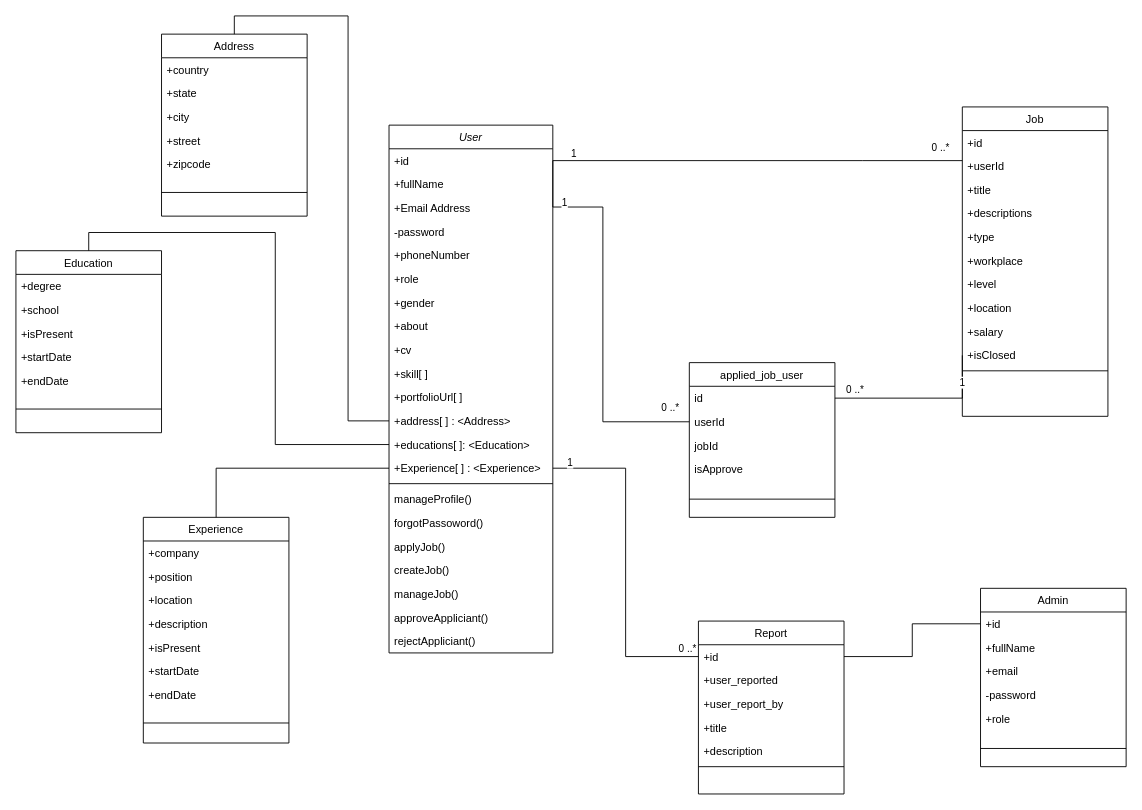
Above: classDiagram.drawio in osenbal/ar.gent-uml (draw.io), before the change. Source tidied: cells renumbered, new cells numbered last; positions are measured from the earlier drawing's top-left corner, leaving out a move shared by most shapes. Both pictures are drawn from the tidied source at 91%, with x=0, y=0 at pixel (15, 34).
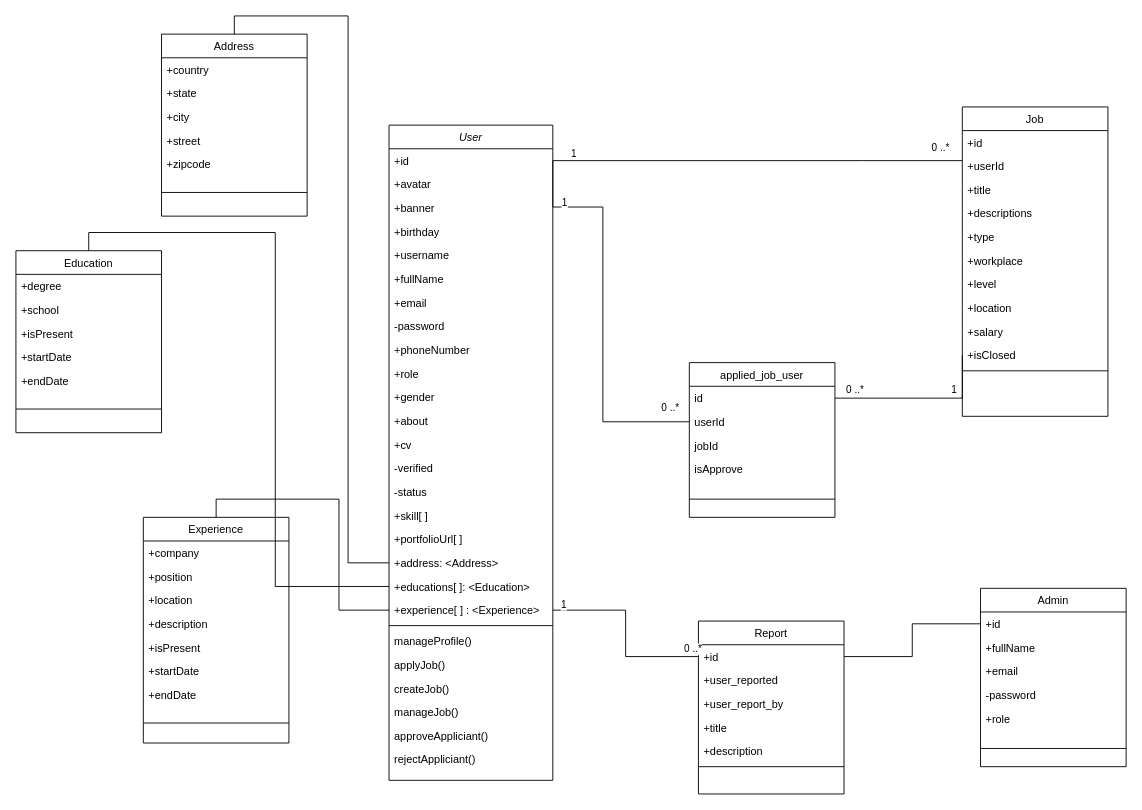
The same page after the edit.

The change refers to these unchanged cells:
```xml
<mxCell id="82" style="edgeStyle=orthogonalEdgeStyle;rounded=0;jettySize=auto;html=1;exitX=0;exitY=0.5;exitDx=0;exitDy=0;entryX=1;entryY=0.5;entryDx=0;entryDy=0;endArrow=none;endFill=0;" parent="1" edge="1" source="41" target="26">
  <mxGeometry relative="1" as="geometry">
    <Array as="points">
      <mxPoint x="1040" y="400" />
    </Array>
  </mxGeometry>
</mxCell>
```

Change to the diagram source:
```diff
@@
     <mxCell id="2" value="User" style="swimlane;fontStyle=2;align=center;verticalAlign=top;horizontal=1;startSize=26;rounded=0;shadow=0;strokeWidth=1;" parent="1" vertex="1">
-      <mxGeometry x="410" y="100" width="180" height="580" as="geometry" />
+      <mxGeometry x="410" y="100" width="180" height="720" as="geometry" />
     </mxCell>
@@
+    <mxCell id="96" value="+avatar" style="text;align=left;verticalAlign=top;spacingLeft=4;spacingRight=4;overflow=hidden;" parent="2" vertex="1">
+      <mxGeometry y="52" width="180" height="26" as="geometry" />
+    </mxCell>
+    <mxCell id="97" value="+banner" style="text;align=left;verticalAlign=top;spacingLeft=4;spacingRight=4;overflow=hidden;" parent="2" vertex="1">
+      <mxGeometry y="78" width="180" height="26" as="geometry" />
+    </mxCell>
+    <mxCell id="98" value="+birthday" style="text;align=left;verticalAlign=top;spacingLeft=4;spacingRight=4;overflow=hidden;" parent="2" vertex="1">
+      <mxGeometry y="104" width="180" height="26" as="geometry" />
+    </mxCell>
+    <mxCell id="99" value="+username" style="text;align=left;verticalAlign=top;spacingLeft=4;spacingRight=4;overflow=hidden;" parent="2" vertex="1">
+      <mxGeometry y="130" width="180" height="26" as="geometry" />
+    </mxCell>
     <mxCell id="4" value="+fullName" style="text;align=left;verticalAlign=top;spacingLeft=4;spacingRight=4;overflow=hidden;" parent="2" vertex="1">
-      <mxGeometry y="52" width="180" height="26" as="geometry" />
+      <mxGeometry y="156" width="180" height="26" as="geometry" />
     </mxCell>
-    <mxCell id="5" value="+Email Address" style="text;align=left;verticalAlign=top;spacingLeft=4;spacingRight=4;overflow=hidden;rounded=0;shadow=0;html=0;" parent="2" vertex="1">
-      <mxGeometry y="78" width="180" height="26" as="geometry" />
+    <mxCell id="5" value="+email" style="text;align=left;verticalAlign=top;spacingLeft=4;spacingRight=4;overflow=hidden;rounded=0;shadow=0;html=0;" parent="2" vertex="1">
+      <mxGeometry y="182" width="180" height="26" as="geometry" />
     </mxCell>
     <mxCell id="6" value="-password" style="text;align=left;verticalAlign=top;spacingLeft=4;spacingRight=4;overflow=hidden;rounded=0;shadow=0;html=0;" parent="2" vertex="1">
-      <mxGeometry y="104" width="180" height="26" as="geometry" />
+      <mxGeometry y="208" width="180" height="26" as="geometry" />
     </mxCell>
     <mxCell id="7" value="+phoneNumber" style="text;align=left;verticalAlign=top;spacingLeft=4;spacingRight=4;overflow=hidden;rounded=0;shadow=0;html=0;" parent="2" vertex="1">
-      <mxGeometry y="130" width="180" height="26" as="geometry" />
+      <mxGeometry y="234" width="180" height="26" as="geometry" />
     </mxCell>
     <mxCell id="8" value="+role" style="text;align=left;verticalAlign=top;spacingLeft=4;spacingRight=4;overflow=hidden;rounded=0;shadow=0;html=0;" parent="2" vertex="1">
-      <mxGeometry y="156" width="180" height="26" as="geometry" />
+      <mxGeometry y="260" width="180" height="26" as="geometry" />
     </mxCell>
     <mxCell id="9" value="+gender" style="text;align=left;verticalAlign=top;spacingLeft=4;spacingRight=4;overflow=hidden;rounded=0;shadow=0;html=0;" parent="2" vertex="1">
-      <mxGeometry y="182" width="180" height="26" as="geometry" />
+      <mxGeometry y="286" width="180" height="26" as="geometry" />
     </mxCell>
     <mxCell id="10" value="+about" style="text;align=left;verticalAlign=top;spacingLeft=4;spacingRight=4;overflow=hidden;rounded=0;shadow=0;html=0;" parent="2" vertex="1">
-      <mxGeometry y="208" width="180" height="26" as="geometry" />
+      <mxGeometry y="312" width="180" height="26" as="geometry" />
     </mxCell>
     <mxCell id="11" value="+cv" style="text;align=left;verticalAlign=top;spacingLeft=4;spacingRight=4;overflow=hidden;rounded=0;shadow=0;html=0;" parent="2" vertex="1">
-      <mxGeometry y="234" width="180" height="26" as="geometry" />
+      <mxGeometry y="338" width="180" height="26" as="geometry" />
     </mxCell>
+    <mxCell id="100" value="-verified" style="text;align=left;verticalAlign=top;spacingLeft=4;spacingRight=4;overflow=hidden;rounded=0;shadow=0;html=0;" parent="2" vertex="1">
+      <mxGeometry y="364" width="180" height="26" as="geometry" />
+    </mxCell>
+    <mxCell id="101" value="-status" style="text;align=left;verticalAlign=top;spacingLeft=4;spacingRight=4;overflow=hidden;rounded=0;shadow=0;html=0;" parent="2" vertex="1">
+      <mxGeometry y="390" width="180" height="26" as="geometry" />
+    </mxCell>
     <mxCell id="12" value="+skill[ ]" style="text;align=left;verticalAlign=top;spacingLeft=4;spacingRight=4;overflow=hidden;rounded=0;shadow=0;html=0;" parent="2" vertex="1">
-      <mxGeometry y="260" width="180" height="26" as="geometry" />
+      <mxGeometry y="416" width="180" height="26" as="geometry" />
     </mxCell>
     <mxCell id="13" value="+portfolioUrl[ ]" style="text;align=left;verticalAlign=top;spacingLeft=4;spacingRight=4;overflow=hidden;rounded=0;shadow=0;html=0;" parent="2" vertex="1">
-      <mxGeometry y="286" width="180" height="26" as="geometry" />
+      <mxGeometry y="442" width="180" height="26" as="geometry" />
     </mxCell>
-    <mxCell id="14" value="+address[ ] : &lt;Address&gt;" style="text;align=left;verticalAlign=top;spacingLeft=4;spacingRight=4;overflow=hidden;points=[[0,0.5],[1,0.5]];portConstraint=eastwest;rounded=0;shadow=0;html=0;" parent="2" vertex="1">
-      <mxGeometry y="312" width="180" height="26" as="geometry" />
+    <mxCell id="14" value="+address: &lt;Address&gt;" style="text;align=left;verticalAlign=top;spacingLeft=4;spacingRight=4;overflow=hidden;points=[[0,0.5],[1,0.5]];portConstraint=eastwest;rounded=0;shadow=0;html=0;" parent="2" vertex="1">
+      <mxGeometry y="468" width="180" height="26" as="geometry" />
     </mxCell>
     <mxCell id="15" value="+educations[ ]: &lt;Education&gt;" style="text;align=left;verticalAlign=top;spacingLeft=4;spacingRight=4;overflow=hidden;points=[[0,0.5],[1,0.5]];portConstraint=eastwest;rounded=0;shadow=0;html=0;" parent="2" vertex="1">
-      <mxGeometry y="338" width="180" height="26" as="geometry" />
+      <mxGeometry y="494" width="180" height="26" as="geometry" />
     </mxCell>
-    <mxCell id="16" value="+Experience[ ] : &lt;Experience&gt;" style="text;align=left;verticalAlign=top;spacingLeft=4;spacingRight=4;overflow=hidden;points=[[0,0.5],[1,0.5]];portConstraint=eastwest;rounded=0;shadow=0;html=0;" parent="2" vertex="1">
-      <mxGeometry y="364" width="180" height="26" as="geometry" />
+    <mxCell id="16" value="+experience[ ] : &lt;Experience&gt;" style="text;align=left;verticalAlign=top;spacingLeft=4;spacingRight=4;overflow=hidden;points=[[0,0.5],[1,0.5]];portConstraint=eastwest;rounded=0;shadow=0;html=0;" parent="2" vertex="1">
+      <mxGeometry y="520" width="180" height="26" as="geometry" />
     </mxCell>
     <mxCell id="17" style="line;html=1;strokeWidth=1;align=left;verticalAlign=middle;spacingTop=-1;spacingLeft=3;spacingRight=3;labelPosition=right;" parent="2" vertex="1">
-      <mxGeometry y="390" width="180" height="8" as="geometry" />
+      <mxGeometry y="546" width="180" height="8" as="geometry" />
     </mxCell>
     <mxCell id="18" value="manageProfile()" style="text;align=left;verticalAlign=top;spacingLeft=4;spacingRight=4;overflow=hidden;" parent="2" vertex="1">
-      <mxGeometry y="398" width="180" height="26" as="geometry" />
+      <mxGeometry y="554" width="180" height="26" as="geometry" />
     </mxCell>
-    <mxCell id="19" value="forgotPassoword()" style="text;align=left;verticalAlign=top;spacingLeft=4;spacingRight=4;overflow=hidden;" parent="2" vertex="1">
-      <mxGeometry y="424" width="180" height="26" as="geometry" />
-    </mxCell>
     <mxCell id="20" value="applyJob()" style="text;align=left;verticalAlign=top;spacingLeft=4;spacingRight=4;overflow=hidden;" parent="2" vertex="1">
-      <mxGeometry y="450" width="180" height="26" as="geometry" />
+      <mxGeometry y="580" width="180" height="26" as="geometry" />
     </mxCell>
     <mxCell id="21" value="createJob()" style="text;align=left;verticalAlign=top;spacingLeft=4;spacingRight=4;overflow=hidden;" parent="2" vertex="1">
-      <mxGeometry y="476" width="180" height="26" as="geometry" />
+      <mxGeometry y="606" width="180" height="26" as="geometry" />
     </mxCell>
     <mxCell id="22" value="manageJob()" style="text;align=left;verticalAlign=top;spacingLeft=4;spacingRight=4;overflow=hidden;" parent="2" vertex="1">
-      <mxGeometry y="502" width="180" height="26" as="geometry" />
+      <mxGeometry y="632" width="180" height="26" as="geometry" />
     </mxCell>
     <mxCell id="23" value="approveAppliciant()" style="text;align=left;verticalAlign=top;spacingLeft=4;spacingRight=4;overflow=hidden;" parent="2" vertex="1">
-      <mxGeometry y="528" width="180" height="26" as="geometry" />
+      <mxGeometry y="658" width="180" height="26" as="geometry" />
     </mxCell>
     <mxCell id="24" value="rejectAppliciant()" style="text;align=left;verticalAlign=top;spacingLeft=4;spacingRight=4;overflow=hidden;" parent="2" vertex="1">
-      <mxGeometry y="554" width="180" height="26" as="geometry" />
+      <mxGeometry y="684" width="180" height="26" as="geometry" />
     </mxCell>
@@
     <mxCell id="83" value="1" style="edgeLabel;html=1;align=center;verticalAlign=middle;" parent="82" vertex="1">
       <mxGeometry x="-0.62" y="-1" relative="1" as="geometry">
-        <mxPoint y="-7" as="offset" />
+        <mxPoint x="-9" y="1" as="offset" />
       </mxGeometry>
     </mxCell>
```
